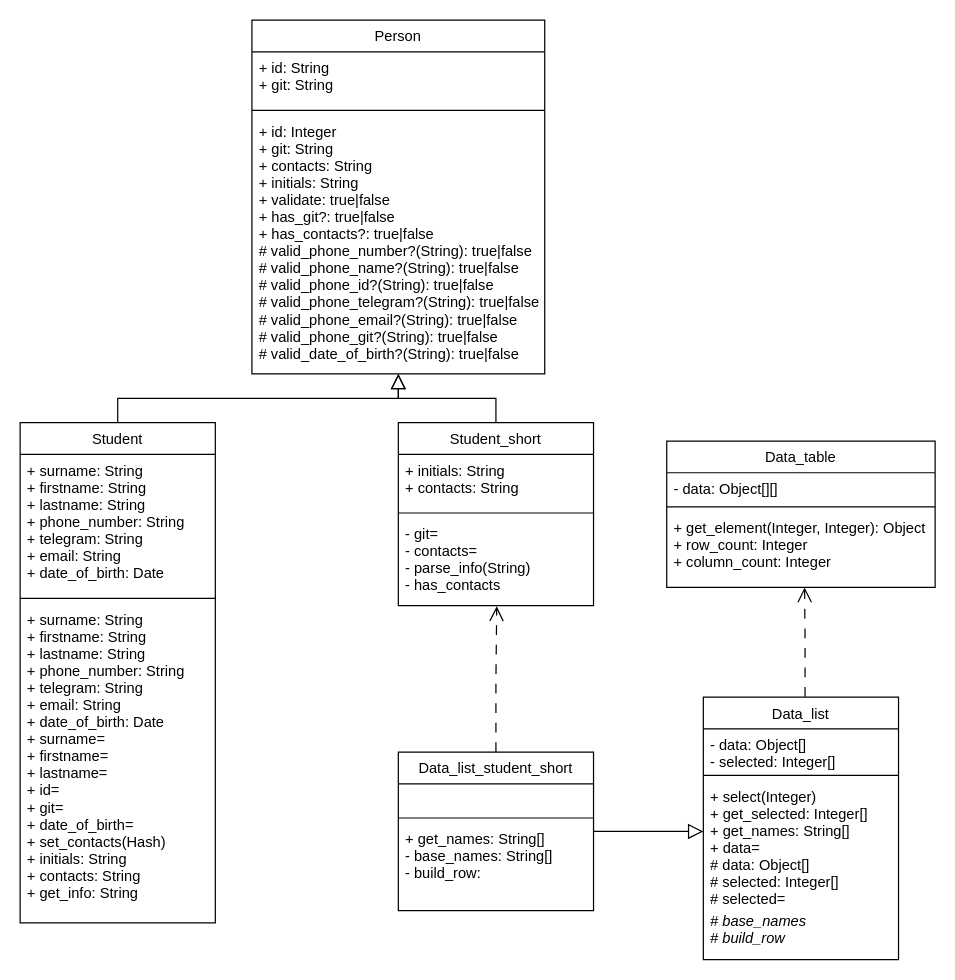
Before: Student/media/class_diagram.drawio in VavakinV/design-patterns, a draw.io diagram. Source tidied: cells renumbered, new cells numbered last; positions are measured from the earlier drawing's top-left corner, leaving out a move shared by most shapes. Both pictures are drawn from the tidied source at 122%, with x=0, y=0 at pixel (20, 20).
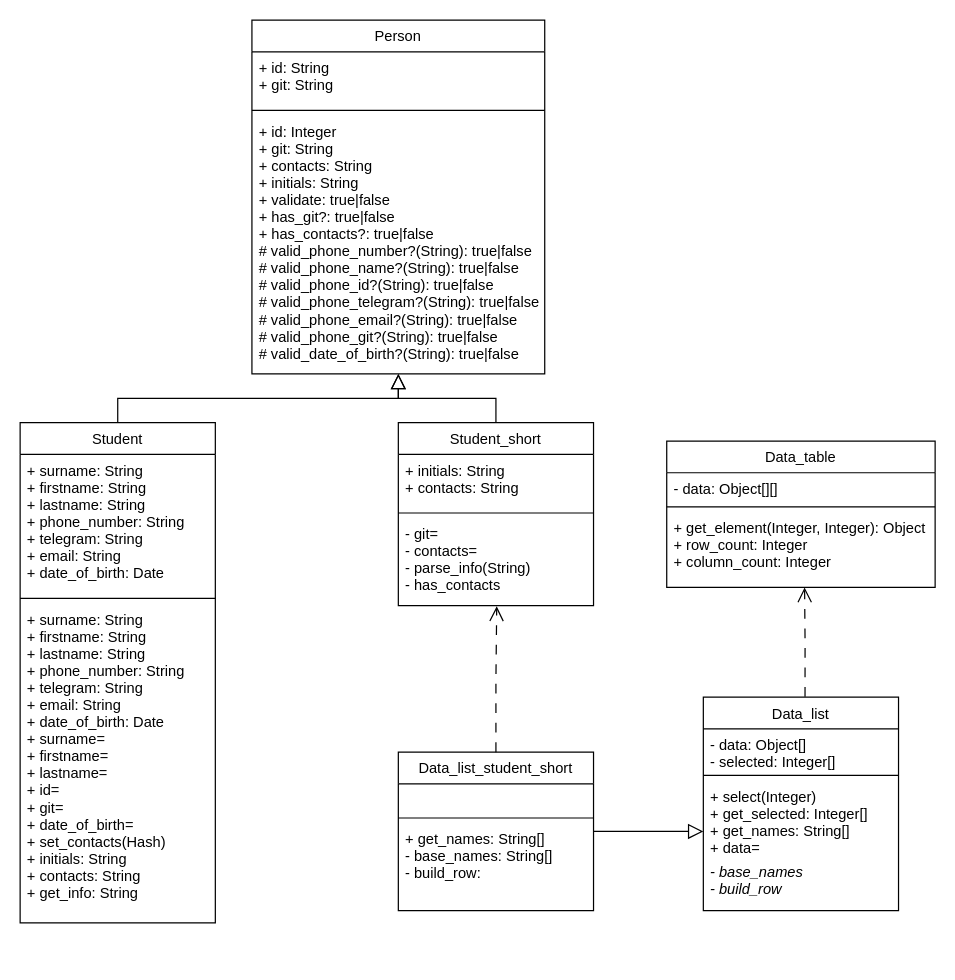
The same diagram, later.

The edit, as a diff of the source:
```diff
@@
     <mxCell id="22" value="Data_list" style="swimlane;fontStyle=0;align=center;verticalAlign=top;horizontal=1;startSize=26;rounded=0;shadow=0;strokeWidth=1;" parent="1" vertex="1">
-      <mxGeometry x="560" y="555" width="160" height="215" as="geometry" />
+      <mxGeometry x="560" y="555" width="160" height="175" as="geometry" />
     </mxCell>
@@
-    <mxCell id="25" value="+ select(Integer)&#10;+ get_selected: Integer[]&#10;+ get_names: String[]&#10;+ data=&#10;# data: Object[]&#10;# selected: Integer[]&#10;# selected=&#10;" style="text;align=left;verticalAlign=top;spacingLeft=4;spacingRight=4;overflow=hidden;" parent="22" vertex="1">
-      <mxGeometry y="68" width="160" height="102" as="geometry" />
+    <mxCell id="25" value="+ select(Integer)&#10;+ get_selected: Integer[]&#10;+ get_names: String[]&#10;+ data=&#10;" style="text;align=left;verticalAlign=top;spacingLeft=4;spacingRight=4;overflow=hidden;" parent="22" vertex="1">
+      <mxGeometry y="68" width="160" height="62" as="geometry" />
     </mxCell>
-    <mxCell id="26" value="# base_names&#10;# build_row" style="text;align=left;verticalAlign=top;spacingLeft=4;spacingRight=4;overflow=hidden;fontStyle=2;" parent="22" vertex="1">
-      <mxGeometry y="170" width="160" height="40" as="geometry" />
+    <mxCell id="26" value="- base_names&#10;- build_row" style="text;align=left;verticalAlign=top;spacingLeft=4;spacingRight=4;overflow=hidden;fontStyle=2;" parent="22" vertex="1">
+      <mxGeometry y="130" width="160" height="40" as="geometry" />
     </mxCell>
```
